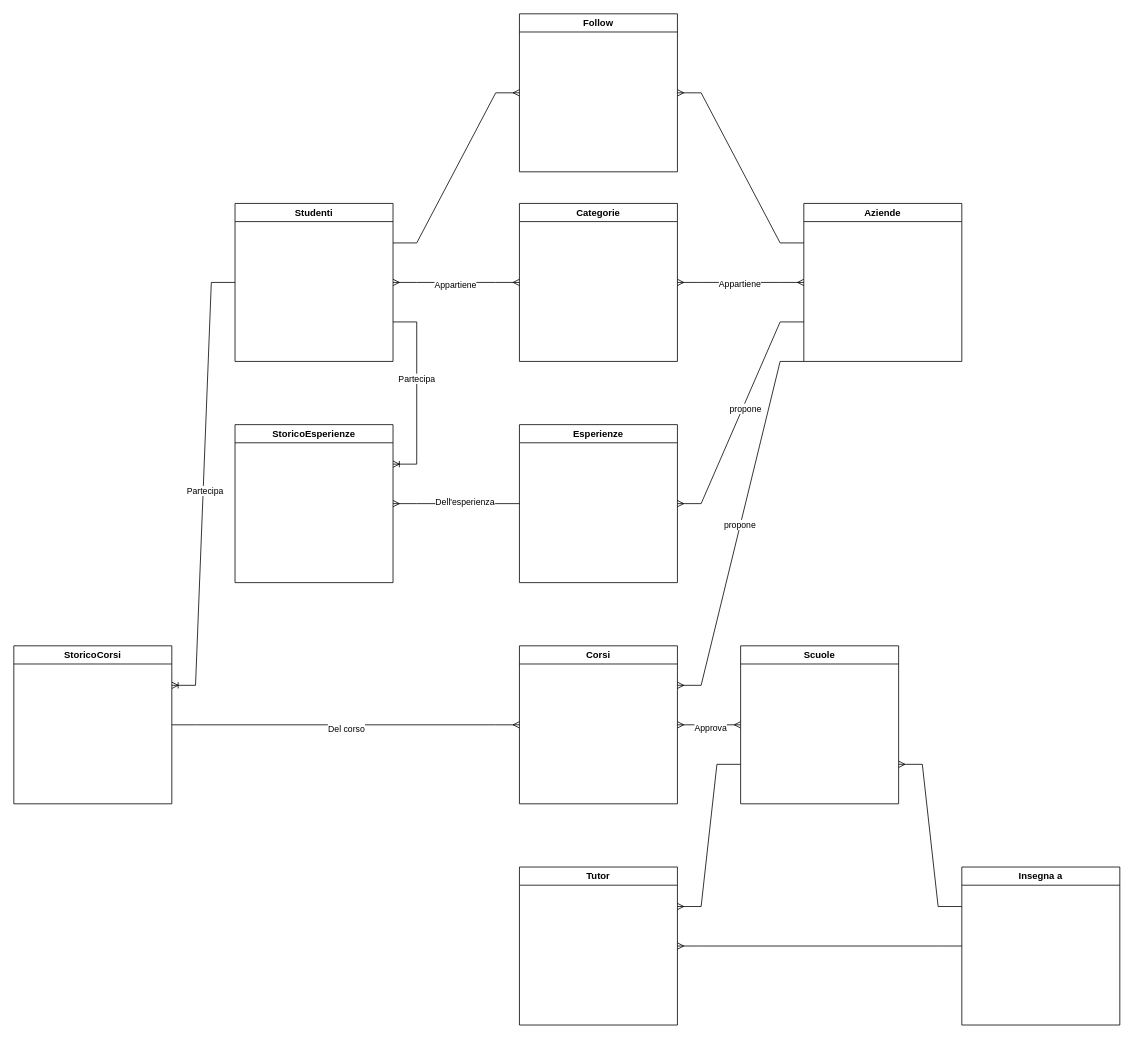
The draw.io diagram Untitled Diagram.drawio in Sodhu1/1NNOVA-YOUNG-, before the edit. Source tidied: cells renumbered, new cells numbered last; positions are measured from the earlier drawing's top-left corner, leaving out a move shared by most shapes. Both pictures are drawn from the tidied source at 79%, with x=0, y=0 at pixel (13, 13).
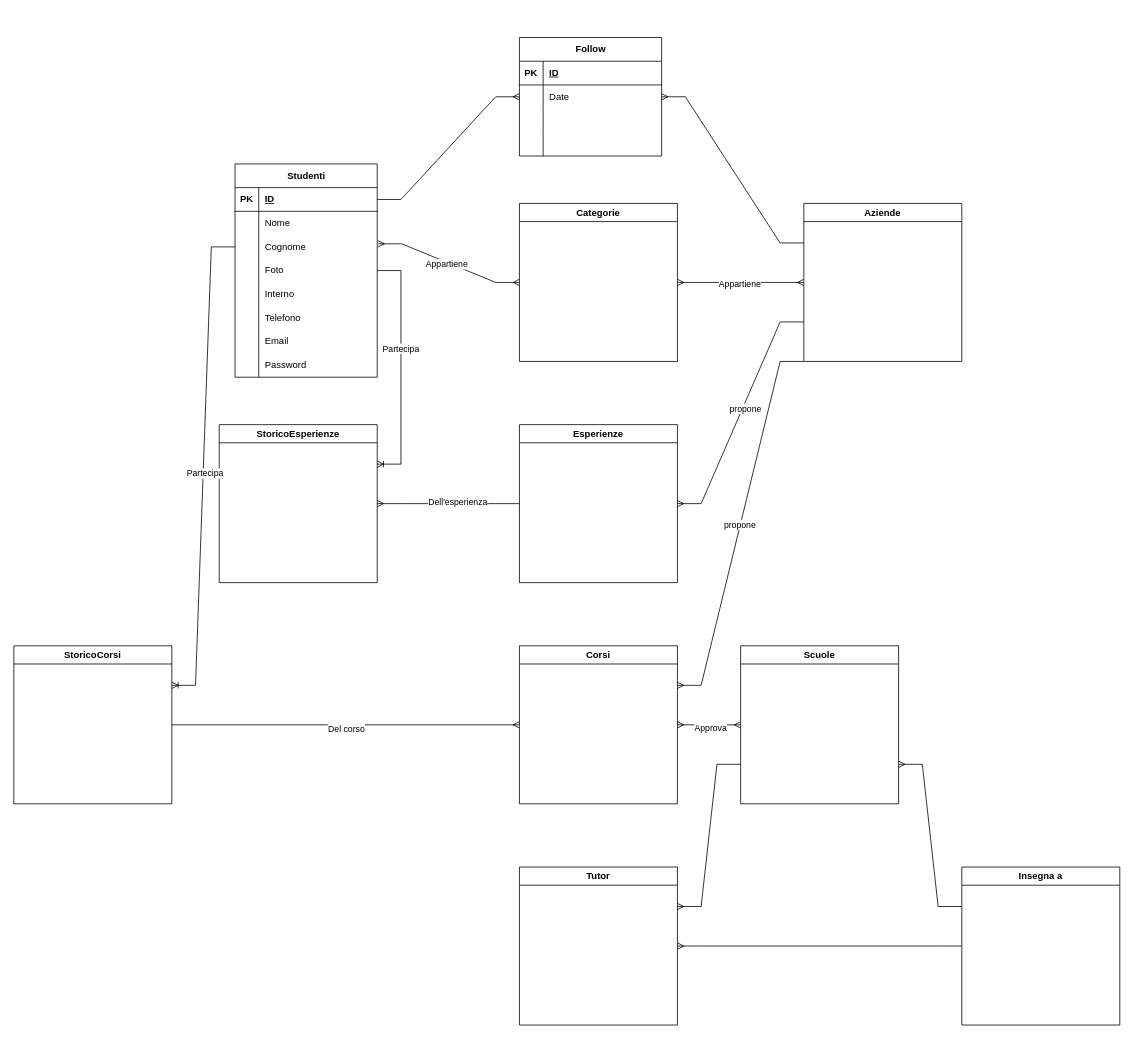
The same diagram, later.

The change refers to these unchanged cells:
```xml
<mxCell id="3" value="StoricoCorsi" style="swimlane;whiteSpace=wrap;html=1;" parent="1" vertex="1">
  <mxGeometry y="800" width="200" height="200" as="geometry" />
</mxCell>
<mxCell id="5" value="Categorie" style="swimlane;whiteSpace=wrap;html=1;" parent="1" vertex="1">
  <mxGeometry x="640" y="240" width="200" height="200" as="geometry" />
</mxCell>
<mxCell id="8" value="Aziende" style="swimlane;whiteSpace=wrap;html=1;" parent="1" vertex="1">
  <mxGeometry x="1000" y="240" width="200" height="200" as="geometry" />
</mxCell>
```

Change to the diagram source:
```diff
@@
-    <mxCell id="2" value="&lt;div&gt;Studenti&lt;/div&gt;" style="swimlane;whiteSpace=wrap;html=1;" parent="1" vertex="1">
-      <mxGeometry x="280" y="240" width="200" height="200" as="geometry" />
-    </mxCell>
@@
     <mxCell id="4" value="StoricoEsperienze" style="swimlane;whiteSpace=wrap;html=1;" parent="1" vertex="1">
-      <mxGeometry x="280" y="520" width="200" height="200" as="geometry" />
+      <mxGeometry x="260" y="520" width="200" height="200" as="geometry" />
     </mxCell>
@@
-    <mxCell id="6" style="edgeStyle=entityRelationEdgeStyle;fontSize=12;html=1;endArrow=ERmany;startArrow=ERmany;rounded=0;entryX=0;entryY=0.5;entryDx=0;entryDy=0;exitX=1;exitY=0.5;exitDx=0;exitDy=0;" parent="1" edge="1" source="2" target="5">
+    <mxCell id="6" style="edgeStyle=entityRelationEdgeStyle;fontSize=12;html=1;endArrow=ERmany;startArrow=ERmany;rounded=0;entryX=0;entryY=0.5;entryDx=0;entryDy=0;exitX=1.006;exitY=0.371;exitDx=0;exitDy=0;exitPerimeter=0;" parent="1" edge="1" source="42" target="5">
       <mxGeometry relative="1" as="geometry" />
     </mxCell>
@@
-    <mxCell id="11" value="Follow" style="swimlane;whiteSpace=wrap;html=1;" parent="1" vertex="1">
-      <mxGeometry x="640" width="200" height="200" as="geometry" />
-    </mxCell>
-    <mxCell id="12" style="edgeStyle=entityRelationEdgeStyle;fontSize=12;html=1;endArrow=ERoneToMany;rounded=0;entryX=1;entryY=0.25;entryDx=0;entryDy=0;exitX=1;exitY=0.75;exitDx=0;exitDy=0;" parent="1" edge="1" source="2" target="4">
+    <mxCell id="12" style="edgeStyle=entityRelationEdgeStyle;fontSize=12;html=1;endArrow=ERoneToMany;rounded=0;entryX=1;entryY=0.25;entryDx=0;entryDy=0;exitX=1;exitY=0.5;exitDx=0;exitDy=0;" parent="1" edge="1" source="45" target="4">
       <mxGeometry relative="1" as="geometry">
         <Array as="points">
           <mxPoint x="500" y="560" />
         </Array>
       </mxGeometry>
     </mxCell>
@@
-    <mxCell id="14" style="edgeStyle=entityRelationEdgeStyle;fontSize=12;html=1;endArrow=ERoneToMany;rounded=0;exitX=0;exitY=0.5;exitDx=0;exitDy=0;entryX=1;entryY=0.25;entryDx=0;entryDy=0;" parent="1" edge="1" source="2" target="3">
+    <mxCell id="14" style="edgeStyle=entityRelationEdgeStyle;fontSize=12;html=1;endArrow=ERoneToMany;rounded=0;exitX=0;exitY=0.5;exitDx=0;exitDy=0;entryX=1;entryY=0.25;entryDx=0;entryDy=0;" parent="1" edge="1" source="42" target="3">
       <mxGeometry relative="1" as="geometry">
         <Array as="points">
           <mxPoint x="250" y="330" />
         </Array>
       </mxGeometry>
     </mxCell>
@@
-    <mxCell id="16" style="edgeStyle=entityRelationEdgeStyle;fontSize=12;html=1;endArrow=ERmany;rounded=0;entryX=0;entryY=0.5;entryDx=0;entryDy=0;exitX=1;exitY=0.25;exitDx=0;exitDy=0;" parent="1" edge="1" source="2" target="11">
+    <mxCell id="16" style="edgeStyle=entityRelationEdgeStyle;fontSize=12;html=1;endArrow=ERmany;rounded=0;entryX=0;entryY=0.5;entryDx=0;entryDy=0;exitX=1;exitY=0.5;exitDx=0;exitDy=0;" parent="1" edge="1" source="36" target="63">
       <mxGeometry relative="1" as="geometry" />
     </mxCell>
-    <mxCell id="17" style="edgeStyle=entityRelationEdgeStyle;fontSize=12;html=1;endArrow=ERmany;rounded=0;entryX=1;entryY=0.5;entryDx=0;entryDy=0;exitX=0;exitY=0.25;exitDx=0;exitDy=0;" parent="1" edge="1" source="8" target="11">
+    <mxCell id="17" style="edgeStyle=entityRelationEdgeStyle;fontSize=12;html=1;endArrow=ERmany;rounded=0;exitX=0;exitY=0.25;exitDx=0;exitDy=0;entryX=1;entryY=0.5;entryDx=0;entryDy=0;" parent="1" edge="1" source="8" target="63">
       <mxGeometry relative="1" as="geometry" />
     </mxCell>
@@
+    <mxCell id="2" value="Studenti" style="shape=table;startSize=30;childLayout=tableLayout;rowLines=0;fontStyle=1;align=center;html=1;" parent="1" vertex="1">
+      <mxGeometry x="280" y="190" width="180" height="270" as="geometry" />
+    </mxCell>
+    <mxCell id="36" style="shape=tableRow;horizontal=0;startSize=0;swimlaneHead=0;swimlaneBody=0;fillColor=none;points=[[0,0.5],[1,0.5]];portConstraint=eastwest;top=0;left=0;right=0;bottom=1;" parent="2" vertex="1">
+      <mxGeometry y="30" width="180" height="30" as="geometry" />
+    </mxCell>
+    <mxCell id="37" value="PK" style="shape=partialRectangle;fillColor=none;top=0;left=0;bottom=0;right=0;fontStyle=1;overflow=hidden;whiteSpace=wrap;html=1;" parent="36" vertex="1">
+      <mxGeometry width="30" height="30" as="geometry" />
+    </mxCell>
+    <mxCell id="38" value="ID" style="shape=partialRectangle;fillColor=none;top=0;left=0;bottom=0;right=0;align=left;spacingLeft=6;fontStyle=5;overflow=hidden;whiteSpace=wrap;html=1;" parent="36" vertex="1">
+      <mxGeometry x="30" width="150" height="30" as="geometry" />
+    </mxCell>
+    <mxCell id="39" style="shape=tableRow;horizontal=0;startSize=0;swimlaneHead=0;swimlaneBody=0;fillColor=none;top=0;left=0;right=0;bottom=0;" parent="2" vertex="1">
+      <mxGeometry y="60" width="180" height="30" as="geometry" />
+    </mxCell>
+    <mxCell id="40" style="shape=partialRectangle;fillColor=none;top=0;left=0;bottom=0;right=0;overflow=hidden;whiteSpace=wrap;html=1;" parent="39" vertex="1">
+      <mxGeometry width="30" height="30" as="geometry" />
+    </mxCell>
+    <mxCell id="41" value="Nome" style="shape=partialRectangle;fillColor=none;top=0;left=0;bottom=0;right=0;align=left;spacingLeft=6;overflow=hidden;whiteSpace=wrap;html=1;" parent="39" vertex="1">
+      <mxGeometry x="30" width="150" height="30" as="geometry" />
+    </mxCell>
+    <mxCell id="42" style="shape=tableRow;horizontal=0;startSize=0;swimlaneHead=0;swimlaneBody=0;fillColor=none;points=[[0,0.5],[1,0.5]];portConstraint=eastwest;top=0;left=0;right=0;bottom=0;" parent="2" vertex="1">
+      <mxGeometry y="90" width="180" height="30" as="geometry" />
+    </mxCell>
+    <mxCell id="43" style="shape=partialRectangle;fillColor=none;top=0;left=0;bottom=0;right=0;overflow=hidden;whiteSpace=wrap;html=1;" parent="42" vertex="1">
+      <mxGeometry width="30" height="30" as="geometry" />
+    </mxCell>
+    <mxCell id="44" value="Cognome" style="shape=partialRectangle;fillColor=none;top=0;left=0;bottom=0;right=0;align=left;spacingLeft=6;overflow=hidden;whiteSpace=wrap;html=1;" parent="42" vertex="1">
+      <mxGeometry x="30" width="150" height="30" as="geometry" />
+    </mxCell>
+    <mxCell id="45" style="shape=tableRow;horizontal=0;startSize=0;swimlaneHead=0;swimlaneBody=0;fillColor=none;points=[[0,0.5],[1,0.5]];portConstraint=eastwest;top=0;left=0;right=0;bottom=0;" parent="2" vertex="1">
+      <mxGeometry y="120" width="180" height="30" as="geometry" />
+    </mxCell>
+    <mxCell id="46" style="shape=partialRectangle;fillColor=none;top=0;left=0;bottom=0;right=0;overflow=hidden;whiteSpace=wrap;html=1;" parent="45" vertex="1">
+      <mxGeometry width="30" height="30" as="geometry" />
+    </mxCell>
+    <mxCell id="47" value="Foto" style="shape=partialRectangle;fillColor=none;top=0;left=0;bottom=0;right=0;align=left;spacingLeft=6;overflow=hidden;whiteSpace=wrap;html=1;" parent="45" vertex="1">
+      <mxGeometry x="30" width="150" height="30" as="geometry" />
+    </mxCell>
+    <mxCell id="48" style="shape=tableRow;horizontal=0;startSize=0;swimlaneHead=0;swimlaneBody=0;fillColor=none;top=0;left=0;right=0;bottom=0;" parent="2" vertex="1">
+      <mxGeometry y="150" width="180" height="30" as="geometry" />
+    </mxCell>
+    <mxCell id="49" style="shape=partialRectangle;fillColor=none;top=0;left=0;bottom=0;right=0;overflow=hidden;whiteSpace=wrap;html=1;" parent="48" vertex="1">
+      <mxGeometry width="30" height="30" as="geometry" />
+    </mxCell>
+    <mxCell id="50" value="Interno" style="shape=partialRectangle;fillColor=none;top=0;left=0;bottom=0;right=0;align=left;spacingLeft=6;overflow=hidden;whiteSpace=wrap;html=1;" parent="48" vertex="1">
+      <mxGeometry x="30" width="150" height="30" as="geometry" />
+    </mxCell>
+    <mxCell id="51" style="shape=tableRow;horizontal=0;startSize=0;swimlaneHead=0;swimlaneBody=0;fillColor=none;top=0;left=0;right=0;bottom=0;" parent="2" vertex="1">
+      <mxGeometry y="180" width="180" height="30" as="geometry" />
+    </mxCell>
+    <mxCell id="52" style="shape=partialRectangle;fillColor=none;top=0;left=0;bottom=0;right=0;overflow=hidden;whiteSpace=wrap;html=1;" parent="51" vertex="1">
+      <mxGeometry width="30" height="30" as="geometry" />
+    </mxCell>
+    <mxCell id="53" value="Telefono" style="shape=partialRectangle;fillColor=none;top=0;left=0;bottom=0;right=0;align=left;spacingLeft=6;overflow=hidden;whiteSpace=wrap;html=1;" parent="51" vertex="1">
+      <mxGeometry x="30" width="150" height="30" as="geometry" />
+    </mxCell>
+    <mxCell id="54" style="shape=tableRow;horizontal=0;startSize=0;swimlaneHead=0;swimlaneBody=0;fillColor=none;top=0;left=0;right=0;bottom=0;" parent="2" vertex="1">
+      <mxGeometry y="210" width="180" height="30" as="geometry" />
+    </mxCell>
+    <mxCell id="55" style="shape=partialRectangle;fillColor=none;top=0;left=0;bottom=0;right=0;overflow=hidden;whiteSpace=wrap;html=1;" parent="54" vertex="1">
+      <mxGeometry width="30" height="30" as="geometry" />
+    </mxCell>
+    <mxCell id="56" value="Email" style="shape=partialRectangle;fillColor=none;top=0;left=0;bottom=0;right=0;align=left;spacingLeft=6;overflow=hidden;whiteSpace=wrap;html=1;" parent="54" vertex="1">
+      <mxGeometry x="30" width="150" height="30" as="geometry" />
+    </mxCell>
+    <mxCell id="57" style="shape=tableRow;horizontal=0;startSize=0;swimlaneHead=0;swimlaneBody=0;fillColor=none;top=0;left=0;right=0;bottom=0;" parent="2" vertex="1">
+      <mxGeometry y="240" width="180" height="30" as="geometry" />
+    </mxCell>
+    <mxCell id="58" style="shape=partialRectangle;fillColor=none;top=0;left=0;bottom=0;right=0;overflow=hidden;whiteSpace=wrap;html=1;" parent="57" vertex="1">
+      <mxGeometry width="30" height="30" as="geometry" />
+    </mxCell>
+    <mxCell id="59" value="Password" style="shape=partialRectangle;fillColor=none;top=0;left=0;bottom=0;right=0;align=left;spacingLeft=6;overflow=hidden;whiteSpace=wrap;html=1;" parent="57" vertex="1">
+      <mxGeometry x="30" width="150" height="30" as="geometry" />
+    </mxCell>
+    <mxCell id="11" value="Follow" style="shape=table;startSize=30;childLayout=tableLayout;rowLines=0;fontStyle=1;align=center;html=1;" parent="1" vertex="1">
+      <mxGeometry x="640" y="30" width="180" height="150" as="geometry" />
+    </mxCell>
+    <mxCell id="60" style="shape=tableRow;horizontal=0;startSize=0;swimlaneHead=0;swimlaneBody=0;fillColor=none;top=0;left=0;right=0;bottom=1;" parent="11" vertex="1">
+      <mxGeometry y="30" width="180" height="30" as="geometry" />
+    </mxCell>
+    <mxCell id="61" value="PK" style="shape=partialRectangle;fillColor=none;top=0;left=0;bottom=0;right=0;fontStyle=1;overflow=hidden;whiteSpace=wrap;html=1;" parent="60" vertex="1">
+      <mxGeometry width="30" height="30" as="geometry" />
+    </mxCell>
+    <mxCell id="62" value="ID" style="shape=partialRectangle;fillColor=none;top=0;left=0;bottom=0;right=0;align=left;spacingLeft=6;fontStyle=5;overflow=hidden;whiteSpace=wrap;html=1;" parent="60" vertex="1">
+      <mxGeometry x="30" width="150" height="30" as="geometry" />
+    </mxCell>
+    <mxCell id="63" style="shape=tableRow;horizontal=0;startSize=0;swimlaneHead=0;swimlaneBody=0;fillColor=none;points=[[0,0.5],[1,0.5]];portConstraint=eastwest;top=0;left=0;right=0;bottom=0;" parent="11" vertex="1">
+      <mxGeometry y="60" width="180" height="30" as="geometry" />
+    </mxCell>
+    <mxCell id="64" style="shape=partialRectangle;fillColor=none;top=0;left=0;bottom=0;right=0;overflow=hidden;whiteSpace=wrap;html=1;" parent="63" vertex="1">
+      <mxGeometry width="30" height="30" as="geometry" />
+    </mxCell>
+    <mxCell id="65" value="Date" style="shape=partialRectangle;fillColor=none;top=0;left=0;bottom=0;right=0;align=left;spacingLeft=6;overflow=hidden;whiteSpace=wrap;html=1;" parent="63" vertex="1">
+      <mxGeometry x="30" width="150" height="30" as="geometry" />
+    </mxCell>
+    <mxCell id="66" style="shape=tableRow;horizontal=0;startSize=0;swimlaneHead=0;swimlaneBody=0;fillColor=none;top=0;left=0;right=0;bottom=0;" parent="11" vertex="1">
+      <mxGeometry y="90" width="180" height="30" as="geometry" />
+    </mxCell>
+    <mxCell id="67" style="shape=partialRectangle;fillColor=none;top=0;left=0;bottom=0;right=0;overflow=hidden;whiteSpace=wrap;html=1;" parent="66" vertex="1">
+      <mxGeometry width="30" height="30" as="geometry" />
+    </mxCell>
+    <mxCell id="68" style="shape=partialRectangle;fillColor=none;top=0;left=0;bottom=0;right=0;align=left;spacingLeft=6;overflow=hidden;whiteSpace=wrap;html=1;" parent="66" vertex="1">
+      <mxGeometry x="30" width="150" height="30" as="geometry" />
+    </mxCell>
+    <mxCell id="69" style="shape=tableRow;horizontal=0;startSize=0;swimlaneHead=0;swimlaneBody=0;fillColor=none;top=0;left=0;right=0;bottom=0;" parent="11" vertex="1">
+      <mxGeometry y="120" width="180" height="30" as="geometry" />
+    </mxCell>
+    <mxCell id="70" style="shape=partialRectangle;fillColor=none;top=0;left=0;bottom=0;right=0;overflow=hidden;whiteSpace=wrap;html=1;" parent="69" vertex="1">
+      <mxGeometry width="30" height="30" as="geometry" />
+    </mxCell>
+    <mxCell id="71" style="shape=partialRectangle;fillColor=none;top=0;left=0;bottom=0;right=0;align=left;spacingLeft=6;overflow=hidden;whiteSpace=wrap;html=1;" parent="69" vertex="1">
+      <mxGeometry x="30" width="150" height="30" as="geometry" />
+    </mxCell>
```
